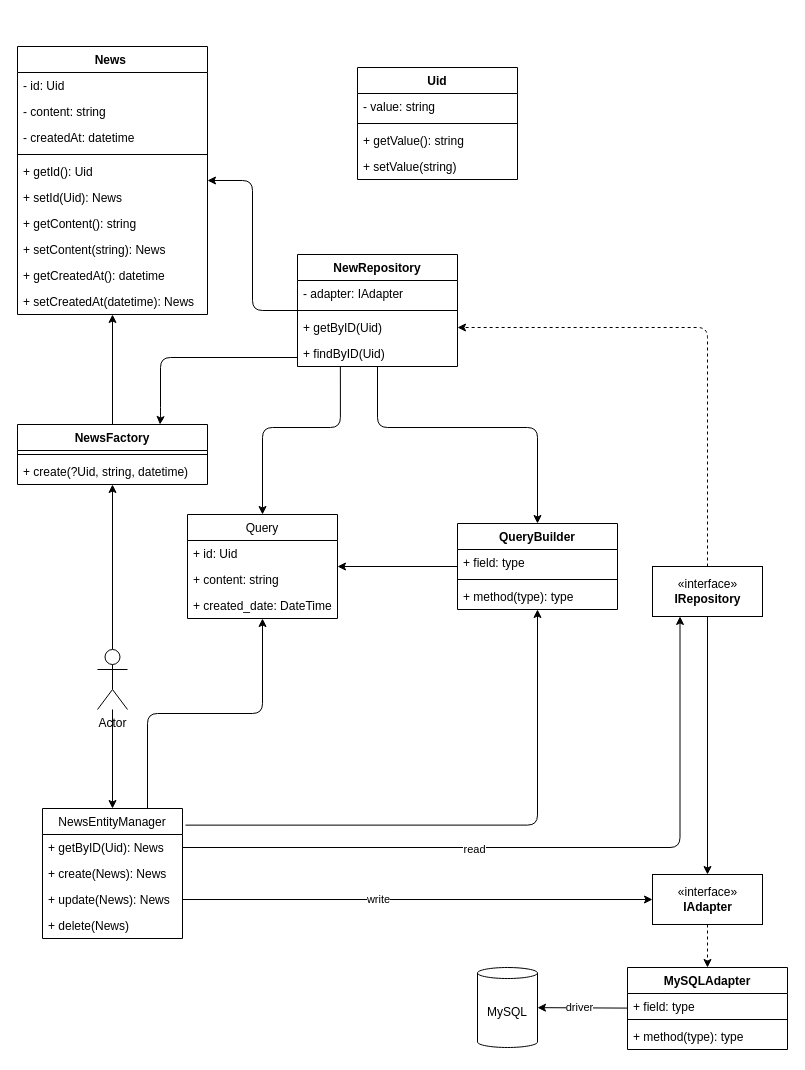
Nimajjj/orm keeps this draw.io diagram as diag.drawio. Above is the earlier version. Source tidied: cells renumbered, new cells numbered last; positions are measured from the earlier drawing's top-left corner, leaving out a move shared by most shapes. Both pictures are drawn from the tidied source at 100%, with x=0, y=0 at pixel (17, 46).
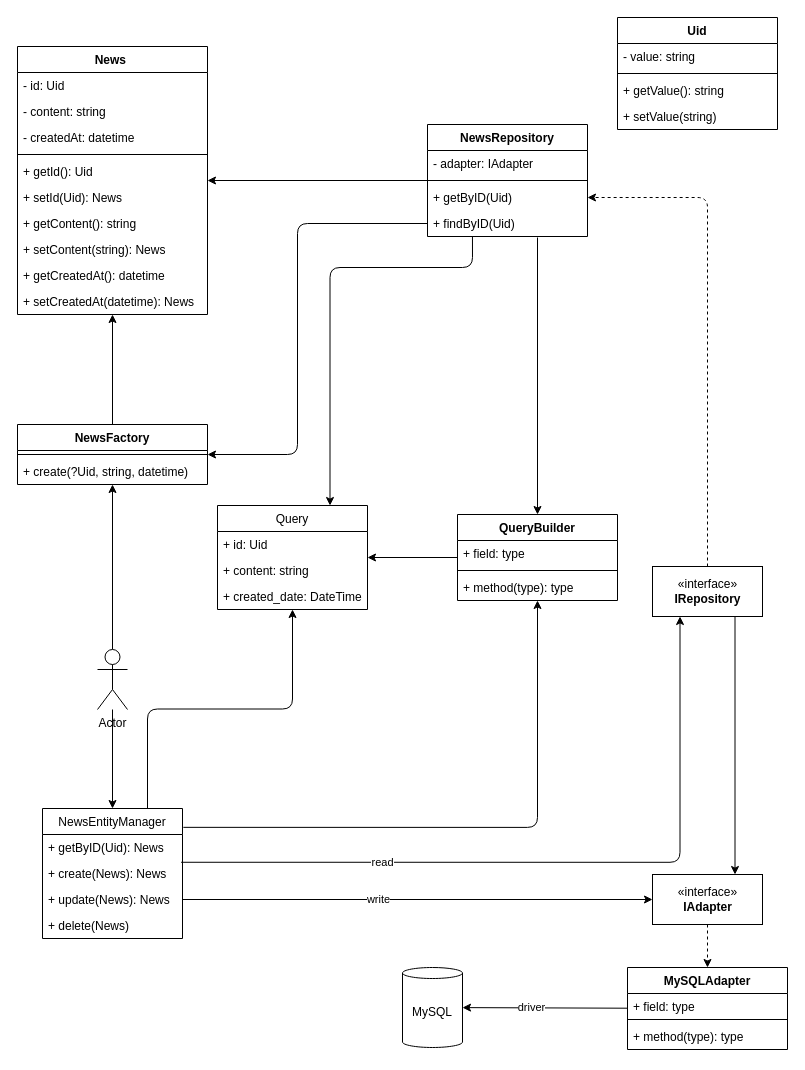
Above is the later version.

The change refers to these unchanged cells:
```xml
<mxCell id="7" value="NewsEntityManager" style="swimlane;fontStyle=0;horizontal=1;startSize=26;fillColor=none;" parent="1" vertex="1">
  <mxGeometry x="25" y="762" width="140" height="130" as="geometry" />
</mxCell>
<mxCell id="8" value="+ getByID(Uid): News" style="text;strokeColor=none;fillColor=none;align=left;verticalAlign=top;spacingLeft=4;spacingRight=4;overflow=hidden;points=[[0,0.5],[1,0.5]];portConstraint=eastwest;" parent="7" vertex="1">
  <mxGeometry y="26" width="140" height="26" as="geometry" />
</mxCell>
<mxCell id="15" value="«interface»&lt;br&gt;&lt;b&gt;IAdapter&lt;/b&gt;" style="html=1;" parent="1" vertex="1">
  <mxGeometry x="635" y="828" width="110" height="50" as="geometry" />
</mxCell>
<mxCell id="46" value="+ getByID(Uid)" style="text;strokeColor=none;fillColor=none;align=left;verticalAlign=top;spacingLeft=4;spacingRight=4;overflow=hidden;points=[[0,0.5],[1,0.5]];portConstraint=eastwest;" parent="43" vertex="1">
  <mxGeometry y="60" width="160" height="26" as="geometry" />
</mxCell>
<mxCell id="47" value="+ findByID(Uid)" style="text;strokeColor=none;fillColor=none;align=left;verticalAlign=top;spacingLeft=4;spacingRight=4;overflow=hidden;points=[[0,0.5],[1,0.5]];portConstraint=eastwest;" parent="43" vertex="1">
  <mxGeometry y="86" width="160" height="26" as="geometry" />
</mxCell>
<mxCell id="61" value="«interface»&lt;br&gt;&lt;b&gt;IRepository&lt;/b&gt;" style="html=1;" parent="1" vertex="1">
  <mxGeometry x="635" y="520" width="110" height="50" as="geometry" />
</mxCell>
<mxCell id="62" value="NewsFactory" style="swimlane;fontStyle=1;align=center;verticalAlign=top;horizontal=1;startSize=26;" parent="1" vertex="1">
  <mxGeometry y="378" width="190" height="60" as="geometry" />
</mxCell>
```

Change to the diagram source:
```diff
@@
-    <mxCell id="2" style="edgeStyle=none;html=1;" parent="1" edge="1" source="61" target="15">
-      <mxGeometry relative="1" as="geometry" />
-    </mxCell>
@@
-    <mxCell id="5" style="edgeStyle=orthogonalEdgeStyle;html=1;exitX=1;exitY=0.5;exitDx=0;exitDy=0;entryX=0.25;entryY=1;entryDx=0;entryDy=0;" parent="1" edge="1" source="8" target="61">
+    <mxCell id="5" style="edgeStyle=orthogonalEdgeStyle;html=1;exitX=0.99;exitY=1.068;exitDx=0;exitDy=0;entryX=0.25;entryY=1;entryDx=0;entryDy=0;exitPerimeter=0;" parent="1" edge="1" source="8" target="61">
       <mxGeometry relative="1" as="geometry" />
     </mxCell>
     <mxCell id="6" value="read" style="edgeLabel;html=1;align=center;verticalAlign=middle;" parent="5" vertex="1">
-      <mxGeometry x="-0.2" y="-1" relative="1" as="geometry" />
+      <mxGeometry x="-0.2" y="-1" relative="1" as="geometry">
+        <mxPoint x="-97" y="-1" as="offset" />
+      </mxGeometry>
     </mxCell>
@@
     <mxCell id="16" value="Uid" style="swimlane;fontStyle=1;align=center;verticalAlign=top;horizontal=1;startSize=26;" parent="1" vertex="1">
-      <mxGeometry x="340" y="21" width="160" height="112" as="geometry" />
+      <mxGeometry x="600" y="-29" width="160" height="112" as="geometry" />
     </mxCell>
@@
     <mxCell id="21" value="MySQL" style="shape=cylinder3;whiteSpace=wrap;html=1;boundedLbl=1;backgroundOutline=1;size=5.5103302001953125;" parent="1" vertex="1">
-      <mxGeometry x="460" y="921" width="60" height="80" as="geometry" />
+      <mxGeometry x="385" y="921" width="60" height="80" as="geometry" />
     </mxCell>
-    <mxCell id="22" style="edgeStyle=orthogonalEdgeStyle;html=1;exitX=1.021;exitY=0.128;exitDx=0;exitDy=0;exitPerimeter=0;" parent="1" edge="1" source="7" target="33">
+    <mxCell id="22" style="edgeStyle=orthogonalEdgeStyle;html=1;exitX=1.006;exitY=-0.275;exitDx=0;exitDy=0;exitPerimeter=0;" parent="1" edge="1" source="8" target="33">
       <mxGeometry relative="1" as="geometry" />
     </mxCell>
@@
     <mxCell id="28" value="Query" style="swimlane;fontStyle=0;horizontal=1;startSize=26;fillColor=none;" parent="1" vertex="1">
-      <mxGeometry x="170" y="468" width="150" height="104" as="geometry" />
+      <mxGeometry x="200" y="459" width="150" height="104" as="geometry" />
     </mxCell>
@@
     <mxCell id="33" value="QueryBuilder" style="swimlane;fontStyle=1;align=center;verticalAlign=top;horizontal=1;startSize=26;" parent="1" vertex="1">
-      <mxGeometry x="440" y="477" width="160" height="86" as="geometry" />
+      <mxGeometry x="440" y="468" width="160" height="86" as="geometry" />
     </mxCell>
@@
-    <mxCell id="40" style="edgeStyle=orthogonalEdgeStyle;html=1;entryX=0.75;entryY=0;entryDx=0;entryDy=0;" parent="1" edge="1" source="43" target="62">
-      <mxGeometry relative="1" as="geometry">
-        <Array as="points">
-          <mxPoint x="143" y="311" />
-          <mxPoint x="143" y="371" />
-          <mxPoint x="143" y="371" />
-        </Array>
-      </mxGeometry>
-    </mxCell>
-    <mxCell id="41" style="edgeStyle=orthogonalEdgeStyle;html=1;" parent="1" edge="1" source="43" target="33">
-      <mxGeometry relative="1" as="geometry">
-        <Array as="points">
-          <mxPoint x="360" y="381" />
-          <mxPoint x="520" y="381" />
-        </Array>
-      </mxGeometry>
-    </mxCell>
-    <mxCell id="42" style="edgeStyle=orthogonalEdgeStyle;html=1;exitX=0.268;exitY=0.988;exitDx=0;exitDy=0;exitPerimeter=0;" parent="1" edge="1" source="47" target="28">
+    <mxCell id="42" style="edgeStyle=orthogonalEdgeStyle;html=1;entryX=0.75;entryY=0;entryDx=0;entryDy=0;exitX=0.281;exitY=1.018;exitDx=0;exitDy=0;exitPerimeter=0;" parent="1" edge="1" source="47" target="28">
       <mxGeometry relative="1" as="geometry">
         <Array as="points">
-          <mxPoint x="323" y="381" />
-          <mxPoint x="245" y="381" />
+          <mxPoint x="455" y="221" />
+          <mxPoint x="312" y="221" />
         </Array>
       </mxGeometry>
     </mxCell>
+    <mxCell id="66" style="edgeStyle=orthogonalEdgeStyle;html=1;" parent="1" edge="1" target="33">
+      <mxGeometry relative="1" as="geometry">
+        <mxPoint x="520" y="191" as="sourcePoint" />
+        <Array as="points">
+          <mxPoint x="520" y="191" />
+        </Array>
+      </mxGeometry>
+    </mxCell>
-    <mxCell id="43" value="NewRepository" style="swimlane;fontStyle=1;align=center;verticalAlign=top;horizontal=1;startSize=26;" parent="1" vertex="1">
-      <mxGeometry x="280" y="208" width="160" height="112" as="geometry" />
+    <mxCell id="43" value="NewsRepository" style="swimlane;fontStyle=1;align=center;verticalAlign=top;horizontal=1;startSize=26;" parent="1" vertex="1">
+      <mxGeometry x="410" y="78" width="160" height="112" as="geometry" />
     </mxCell>
@@
-    <mxCell id="60" style="edgeStyle=orthogonalEdgeStyle;html=1;dashed=1;entryX=1;entryY=0.5;entryDx=0;entryDy=0;" parent="1" edge="1" source="61" target="46">
+    <mxCell id="60" style="edgeStyle=orthogonalEdgeStyle;html=1;dashed=1;" parent="1" edge="1" source="61" target="46">
       <mxGeometry relative="1" as="geometry">
         <Array as="points">
-          <mxPoint x="690" y="281" />
+          <mxPoint x="690" y="151" />
         </Array>
       </mxGeometry>
     </mxCell>
+    <mxCell id="2" style="edgeStyle=orthogonalEdgeStyle;html=1;exitX=0.75;exitY=1;exitDx=0;exitDy=0;entryX=0.75;entryY=0;entryDx=0;entryDy=0;" parent="1" edge="1" source="61" target="15">
+      <mxGeometry relative="1" as="geometry" />
+    </mxCell>
@@
+    <mxCell id="67" style="edgeStyle=orthogonalEdgeStyle;html=1;exitX=0;exitY=0.5;exitDx=0;exitDy=0;entryX=1;entryY=0.5;entryDx=0;entryDy=0;" parent="1" edge="1" source="47" target="62">
+      <mxGeometry relative="1" as="geometry">
+        <Array as="points">
+          <mxPoint x="280" y="177" />
+          <mxPoint x="280" y="408" />
+        </Array>
+      </mxGeometry>
+    </mxCell>
```
